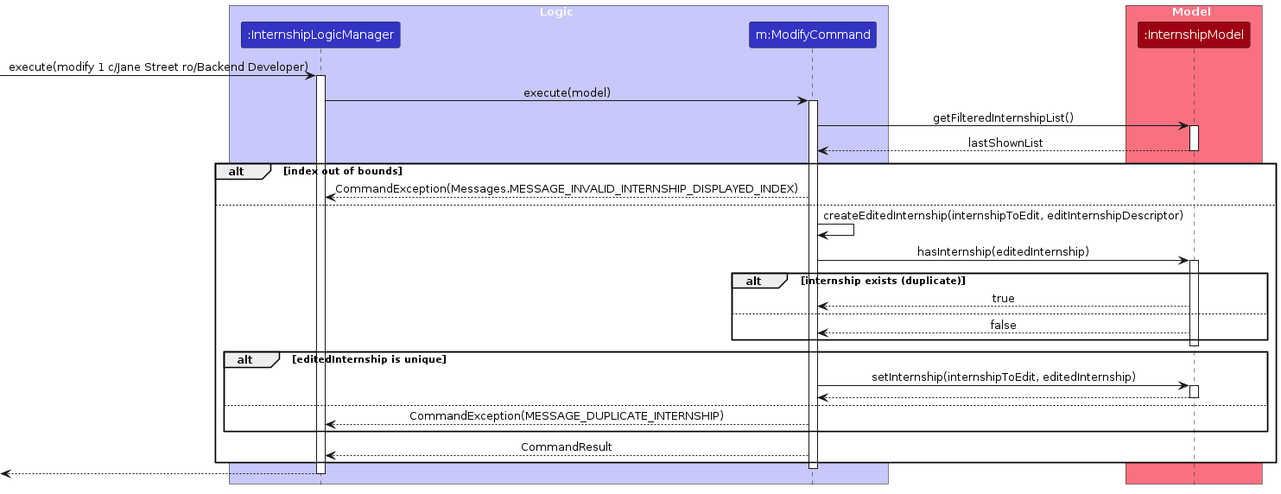
Above: diagrams/ModifySequenceDiagram.png in AY2324S1-CS2103T-W17-1/tp (PlantUML), before the change. Its source is kept beside it as diagrams/ModifySequenceDiagram.puml.
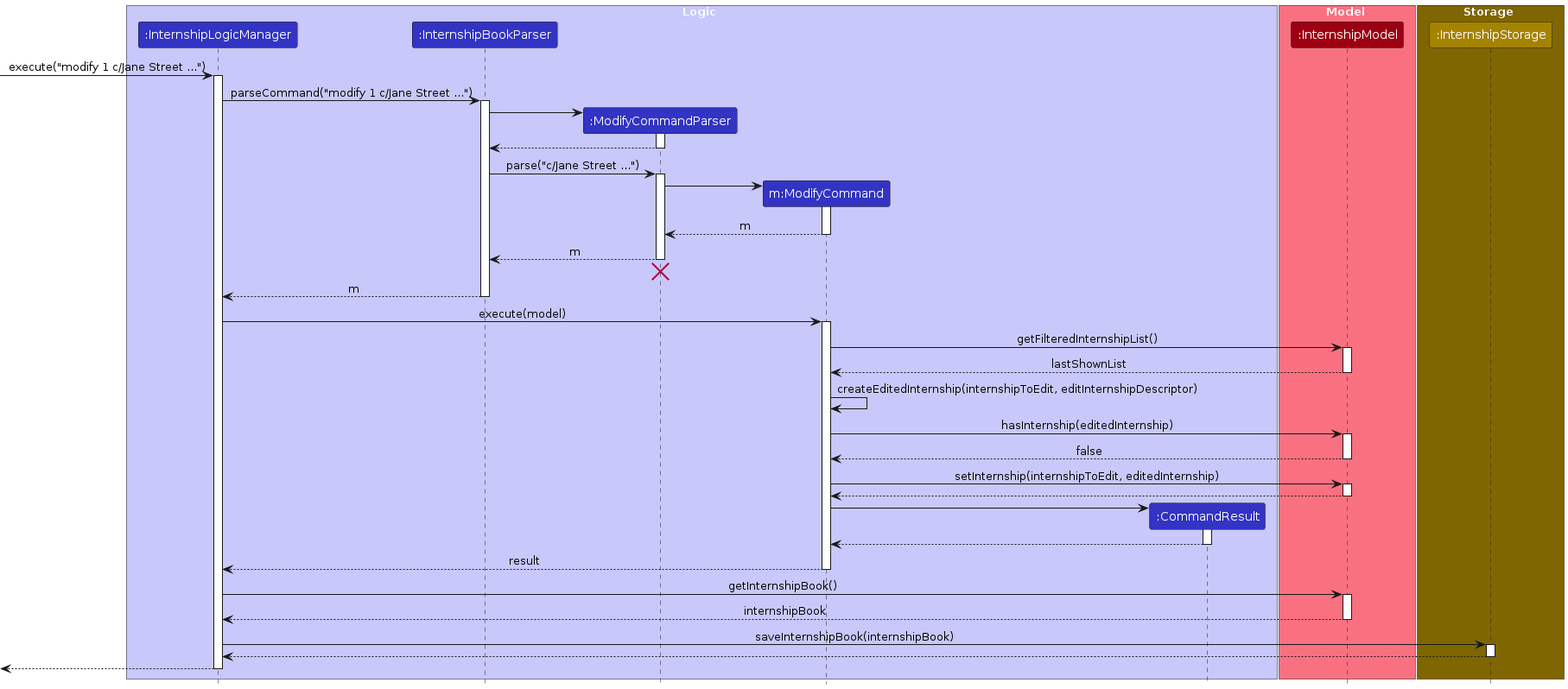
Above is the later version.

Diff of the diagram source:
```diff
@@ -5,15 +5,50 @@
 
 box Logic LOGIC_COLOR_T1
     participant ":InternshipLogicManager" as InternshipLogicManager LOGIC_COLOR
+    participant ":InternshipBookParser" as InternshipBookParser LOGIC_COLOR
+    participant ":ModifyCommandParser" as ModifyCommandParser LOGIC_COLOR
     participant "m:ModifyCommand" as ModifyCommand LOGIC_COLOR
+    participant ":CommandResult" as CommandResult LOGIC_COLOR
 end box
 
 box Model MODEL_COLOR_T1
     participant ":InternshipModel" as InternshipModel MODEL_COLOR
 end box
 
-[-> InternshipLogicManager : execute(modify 1 c/Jane Street ro/Backend Developer)
+box Storage STORAGE_COLOR_T3
+participant ":InternshipStorage" as Storage STORAGE_COLOR
+end box
+
+[-> InternshipLogicManager : execute("modify 1 c/Jane Street ...")
 activate InternshipLogicManager
+
+InternshipLogicManager -> InternshipBookParser : parseCommand("modify 1 c/Jane Street ...")
+activate InternshipBookParser
+
+create ModifyCommandParser
+InternshipBookParser -> ModifyCommandParser
+activate ModifyCommandParser
+
+ModifyCommandParser --> InternshipBookParser
+deactivate ModifyCommandParser
+
+InternshipBookParser -> ModifyCommandParser : parse("c/Jane Street ...")
+activate ModifyCommandParser
+
+create ModifyCommand
+ModifyCommandParser -> ModifyCommand
+activate ModifyCommand
+
+ModifyCommand --> ModifyCommandParser : m
+deactivate ModifyCommand
+
+ModifyCommandParser --> InternshipBookParser : m
+deactivate ModifyCommandParser
+ModifyCommandParser -[hidden]-> InternshipBookParser
+destroy ModifyCommandParser
+
+InternshipBookParser --> InternshipLogicManager : m
+deactivate InternshipBookParser
 
 InternshipLogicManager -> ModifyCommand : execute(model)
 activate ModifyCommand
@@ -24,36 +59,41 @@
 InternshipModel --> ModifyCommand : lastShownList
 deactivate InternshipModel
 
-alt index out of bounds
-    ModifyCommand --> InternshipLogicManager : CommandException(Messages.MESSAGE_INVALID_INTERNSHIP_DISPLAYED_INDEX)
-else
 
-    ModifyCommand -> ModifyCommand : createEditedInternship(internshipToEdit, editInternshipDescriptor)
-    ModifyCommand -> InternshipModel : hasInternship(editedInternship)
-    activate InternshipModel
+ModifyCommand -> ModifyCommand : createEditedInternship(internshipToEdit, editInternshipDescriptor)
+ModifyCommand -> InternshipModel : hasInternship(editedInternship)
+activate InternshipModel
 
-    alt internship exists (duplicate)
-        InternshipModel --> ModifyCommand : true
-    else
-        InternshipModel --> ModifyCommand : false
-    end
+InternshipModel --> ModifyCommand : false
+deactivate InternshipModel
 
-    deactivate InternshipModel
+ModifyCommand -> InternshipModel : setInternship(internshipToEdit, editedInternship)
+activate InternshipModel
 
-    alt editedInternship is unique
-        ModifyCommand -> InternshipModel : setInternship(internshipToEdit, editedInternship)
-        activate InternshipModel
+InternshipModel --> ModifyCommand
+deactivate InternshipModel
 
-        InternshipModel --> ModifyCommand
-        deactivate InternshipModel
-    else
-        ModifyCommand --> InternshipLogicManager : CommandException(MESSAGE_DUPLICATE_INTERNSHIP)
-    end
+create CommandResult
+ModifyCommand -> CommandResult
+activate CommandResult
 
-    ModifyCommand --> InternshipLogicManager : CommandResult
-end
+CommandResult --> ModifyCommand
+deactivate CommandResult
 
+ModifyCommand --> InternshipLogicManager : result
 deactivate ModifyCommand
+
+InternshipLogicManager -> InternshipModel : getInternshipBook()
+activate InternshipModel
+
+InternshipModel --> InternshipLogicManager : internshipBook
+deactivate InternshipModel
+
+InternshipLogicManager -> Storage : saveInternshipBook(internshipBook)
+activate Storage
+
+Storage --> InternshipLogicManager
+deactivate Storage
 
 [<--InternshipLogicManager
 deactivate InternshipLogicManager
```
